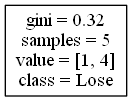
Before: DecisionTrees/Mountain Westdecision_tree_no_score_or_attendance0.png, a diagram exported from Graphviz (alexana-steck/CSE482Project). Its source is kept beside it as DecisionTrees/Mountain Westdecision_tree_no_score_or_attendance0.dot.
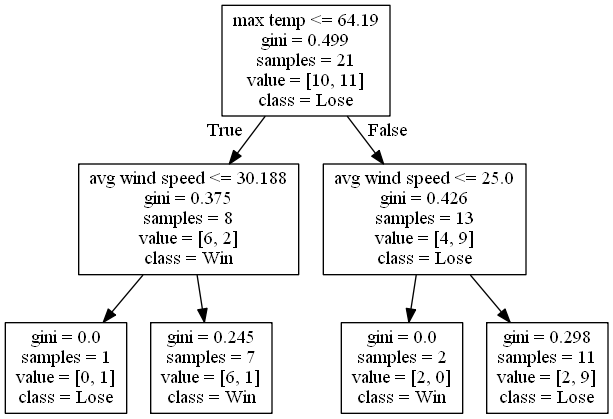
Above is the later version.

Change to the diagram source:
```diff
@@ -1,4 +1,16 @@
 digraph Tree {
 node [shape=box] ;
-0 [label="gini = 0.32\nsamples = 5\nvalue = [1, 4]\nclass = Lose"] ;
+0 [label="max temp <= 64.19\ngini = 0.499\nsamples = 21\nvalue = [10, 11]\nclass = Lose"] ;
+1 [label="avg wind speed <= 30.188\ngini = 0.375\nsamples = 8\nvalue = [6, 2]\nclass = Win"] ;
+0 -> 1 [labeldistance=2.5, labelangle=45, headlabel="True"] ;
+2 [label="gini = 0.0\nsamples = 1\nvalue = [0, 1]\nclass = Lose"] ;
+1 -> 2 ;
+3 [label="gini = 0.245\nsamples = 7\nvalue = [6, 1]\nclass = Win"] ;
+1 -> 3 ;
+4 [label="avg wind speed <= 25.0\ngini = 0.426\nsamples = 13\nvalue = [4, 9]\nclass = Lose"] ;
+0 -> 4 [labeldistance=2.5, labelangle=-45, headlabel="False"] ;
+5 [label="gini = 0.0\nsamples = 2\nvalue = [2, 0]\nclass = Win"] ;
+4 -> 5 ;
+6 [label="gini = 0.298\nsamples = 11\nvalue = [2, 9]\nclass = Lose"] ;
+4 -> 6 ;
 }
```
